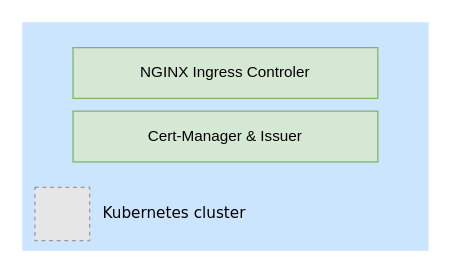
The draw.io diagram docs/images/cluster.drawio in tperelle/keycloak-federation, before the edit. Source tidied: cells renumbered, new cells numbered last; positions are measured from the earlier drawing's top-left corner, leaving out a move shared by most shapes. Both pictures are drawn from the tidied source at 127%, with x=0, y=0 at pixel (22, 22). Pictures stored in the file or linked from it are replaced by grey dashed boxes.
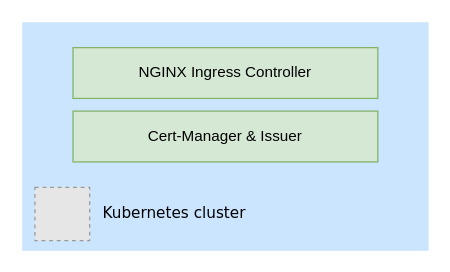
After the change.

The edit, as a diff of the source:
```diff
@@
 <mxGraphModel>
   <root>
     <mxCell id="0" />
     <mxCell id="1" parent="0" />
     <mxCell id="2" style="rounded=0;whiteSpace=wrap;html=1;strokeColor=none;fillColor=#CCE5FF;" parent="1" vertex="1">
       <mxGeometry width="320" height="180" as="geometry" />
     </mxCell>
     <mxCell id="3" style="fillColor=#E6E6E6;strokeColor=#999999;dashed=1;verticalLabelPosition=bottom;labelBackgroundColor=#ffffff;verticalAlign=top;" parent="1" vertex="1">
       <mxGeometry x="10" y="130" width="43.1" height="42" as="geometry" />
     </mxCell>
-    <mxCell id="4" value="NGINX Ingress Controler" style="rounded=0;whiteSpace=wrap;html=1;fillColor=#d5e8d4;strokeColor=#82b366;" parent="1" vertex="1">
+    <mxCell id="4" value="NGINX Ingress Controller" style="rounded=0;whiteSpace=wrap;html=1;fillColor=#d5e8d4;strokeColor=#82b366;" parent="1" vertex="1">
       <mxGeometry x="40" y="20" width="240" height="40" as="geometry" />
     </mxCell>
     <mxCell id="5" value="Cert-Manager &amp;amp; Issuer" style="rounded=0;whiteSpace=wrap;html=1;fillColor=#d5e8d4;strokeColor=#82b366;" parent="1" vertex="1">
       <mxGeometry x="40" y="70" width="240" height="40" as="geometry" />
     </mxCell>
     <mxCell id="6" value="Kubernetes cluster" style="text;html=1;strokeColor=none;fillColor=none;align=center;verticalAlign=middle;whiteSpace=wrap;rounded=0;fontFamily=Verdana;" parent="1" vertex="1">
       <mxGeometry x="60" y="136" width="120" height="30" as="geometry" />
     </mxCell>
   </root>
 </mxGraphModel>
```
